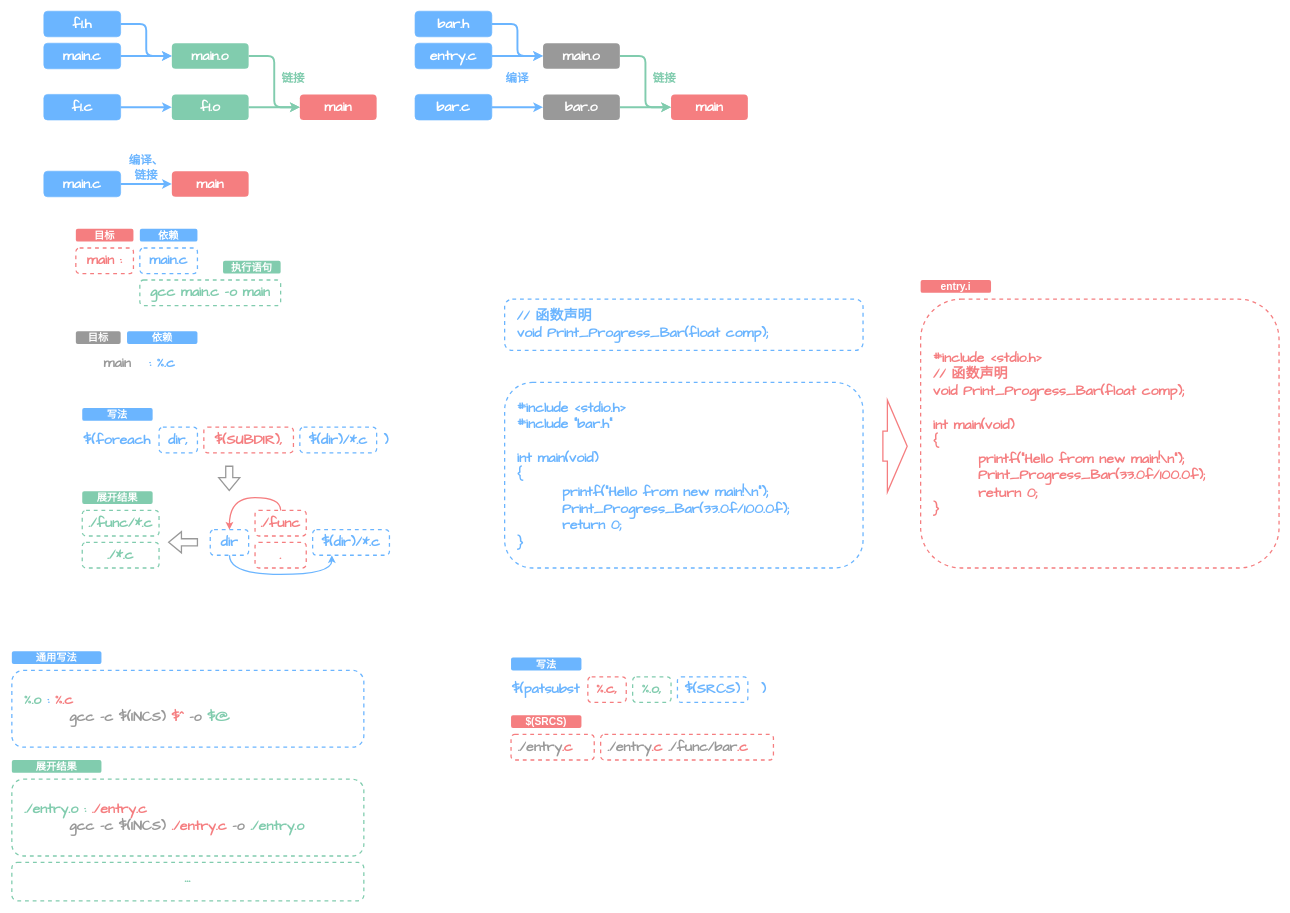
FerostMask/Jotting-Down keeps this draw.io diagram as C Program/drawio/Makefile.drawio. Above is the earlier version. Source tidied: cells renumbered, new cells numbered last; positions are measured from the earlier drawing's top-left corner, leaving out a move shared by most shapes. Both pictures are drawn from the tidied source at 64%, with x=0, y=0 at pixel (12, 11).
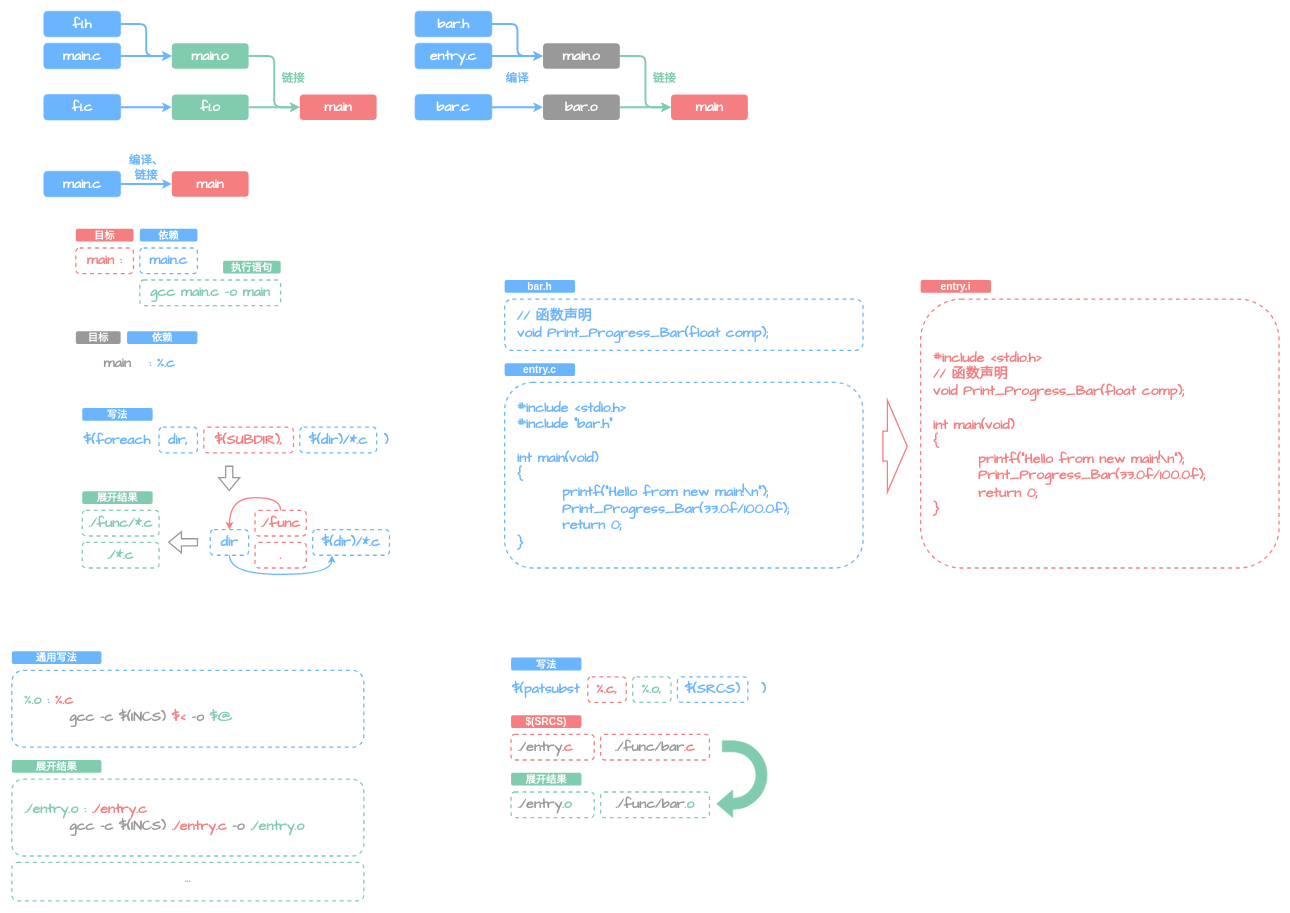
After the change.

Commit message (it also covers changes not shown here):
更新入门Makefile，调整若干语句，替换图片。

Diff of the diagram source:
```diff
@@
-    <mxCell id="63" value="&lt;div&gt;&amp;nbsp; &lt;font color=&quot;#81ccae&quot;&gt;%.o&lt;/font&gt; : &lt;font color=&quot;#f57e80&quot;&gt;%.c&lt;/font&gt;&lt;/div&gt;&lt;div&gt;&amp;nbsp; &amp;nbsp; &amp;nbsp; &amp;nbsp; &amp;nbsp; &lt;font color=&quot;#999999&quot;&gt;gcc -c $(INCS)&lt;/font&gt; &lt;font color=&quot;#f57e80&quot;&gt;$^&lt;/font&gt; &lt;font color=&quot;#999999&quot;&gt;-o&lt;/font&gt; &lt;font color=&quot;#81ccae&quot;&gt;$@&lt;/font&gt;&lt;/div&gt;" style="rounded=1;whiteSpace=wrap;html=1;fillColor=none;strokeColor=#6BB5FF;fontStyle=1;fontFamily=Comic Sans MS;fontSize=22;fontColor=#6BB5FF;dashed=1;strokeWidth=2;align=left;" parent="1" vertex="1">
+    <mxCell id="63" value="&lt;div&gt;&amp;nbsp; &lt;font color=&quot;#81ccae&quot;&gt;%.o&lt;/font&gt; : &lt;font color=&quot;#f57e80&quot;&gt;%.c&lt;/font&gt;&lt;/div&gt;&lt;div&gt;&amp;nbsp; &amp;nbsp; &amp;nbsp; &amp;nbsp; &amp;nbsp; &lt;font color=&quot;#999999&quot;&gt;gcc -c $(INCS)&lt;/font&gt; &lt;font color=&quot;#f57e80&quot;&gt;$&amp;lt;&lt;/font&gt; &lt;font color=&quot;#999999&quot;&gt;-o&lt;/font&gt; &lt;font color=&quot;#81ccae&quot;&gt;$@&lt;/font&gt;&lt;/div&gt;" style="rounded=1;whiteSpace=wrap;html=1;fillColor=none;strokeColor=#6BB5FF;fontStyle=1;fontFamily=Comic Sans MS;fontSize=22;fontColor=#6BB5FF;dashed=1;strokeWidth=2;align=left;" parent="1" vertex="1">
       <mxGeometry y="1030" width="550" height="120" as="geometry" />
     </mxCell>
@@
-    <mxCell id="75" value="&amp;nbsp;&lt;font color=&quot;#999999&quot;&gt;./entry&lt;/font&gt;&lt;font color=&quot;#f57e80&quot;&gt;.c&lt;/font&gt; &lt;font color=&quot;#999999&quot;&gt;./func/bar&lt;/font&gt;&lt;font color=&quot;#f57e80&quot;&gt;.c&lt;/font&gt;" style="rounded=1;whiteSpace=wrap;html=1;fillColor=none;strokeColor=#F57E80;fontStyle=1;fontFamily=Comic Sans MS;fontSize=22;fontColor=#6BB5FF;dashed=1;strokeWidth=2;align=left;" parent="1" vertex="1">
-      <mxGeometry x="920" y="1130" width="270" height="40" as="geometry" />
+    <mxCell id="75" value="&lt;font color=&quot;#999999&quot;&gt;./func/bar&lt;/font&gt;&lt;font color=&quot;#f57e80&quot;&gt;.c&lt;/font&gt;" style="rounded=1;whiteSpace=wrap;html=1;fillColor=none;strokeColor=#F57E80;fontStyle=1;fontFamily=Comic Sans MS;fontSize=22;fontColor=#6BB5FF;dashed=1;strokeWidth=2;align=center;" parent="1" vertex="1">
+      <mxGeometry x="920" y="1130" width="170" height="40" as="geometry" />
     </mxCell>
@@
+    <mxCell id="77" value="bar.h" style="text;html=1;strokeColor=none;fillColor=#6BB5FF;align=center;verticalAlign=middle;whiteSpace=wrap;rounded=1;fontSize=16;fontFamily=HYYouYuan;fontColor=#FFFFFF;fontStyle=1;" parent="1" vertex="1">
+      <mxGeometry x="770" y="420" width="110" height="20" as="geometry" />
+    </mxCell>
+    <mxCell id="78" value="entry.c" style="text;html=1;strokeColor=none;fillColor=#6BB5FF;align=center;verticalAlign=middle;whiteSpace=wrap;rounded=1;fontSize=16;fontFamily=HYYouYuan;fontColor=#FFFFFF;fontStyle=1;" parent="1" vertex="1">
+      <mxGeometry x="770" y="550" width="110" height="20" as="geometry" />
+    </mxCell>
+    <mxCell id="79" value="&amp;nbsp;&lt;font color=&quot;#999999&quot;&gt;./entry&lt;/font&gt;&lt;font color=&quot;#81ccae&quot;&gt;.o&lt;/font&gt;" style="rounded=1;whiteSpace=wrap;html=1;fillColor=none;strokeColor=#81CCAE;fontStyle=1;fontFamily=Comic Sans MS;fontSize=22;fontColor=#6BB5FF;dashed=1;strokeWidth=2;align=left;" parent="1" vertex="1">
+      <mxGeometry x="780" y="1220" width="130" height="40" as="geometry" />
+    </mxCell>
+    <mxCell id="80" value="&lt;font color=&quot;#999999&quot;&gt;./func/bar&lt;/font&gt;&lt;font color=&quot;#81ccae&quot;&gt;.o&lt;/font&gt;" style="rounded=1;whiteSpace=wrap;html=1;fillColor=none;strokeColor=#81CCAE;fontStyle=1;fontFamily=Comic Sans MS;fontSize=22;fontColor=#6BB5FF;dashed=1;strokeWidth=2;align=center;" parent="1" vertex="1">
+      <mxGeometry x="920" y="1220" width="170" height="40" as="geometry" />
+    </mxCell>
+    <mxCell id="81" value="展开结果" style="text;html=1;strokeColor=none;fillColor=#81CCAE;align=center;verticalAlign=middle;whiteSpace=wrap;rounded=1;fontSize=16;fontFamily=HYYouYuan;fontColor=#FFFFFF;fontStyle=1;" parent="1" vertex="1">
+      <mxGeometry x="780" y="1190" width="110" height="20" as="geometry" />
+    </mxCell>
+    <mxCell id="82" style="html=1;shadow=0;dashed=0;align=center;verticalAlign=middle;shape=mxgraph.arrows2.uTurnArrow;dy=8.64;arrowHead=43;dx2=25;rotation=-180;strokeColor=#81CCAE;fillColor=#81CCAE;" parent="1" vertex="1">
+      <mxGeometry x="1110" y="1140" width="70" height="120" as="geometry" />
+    </mxCell>
```
